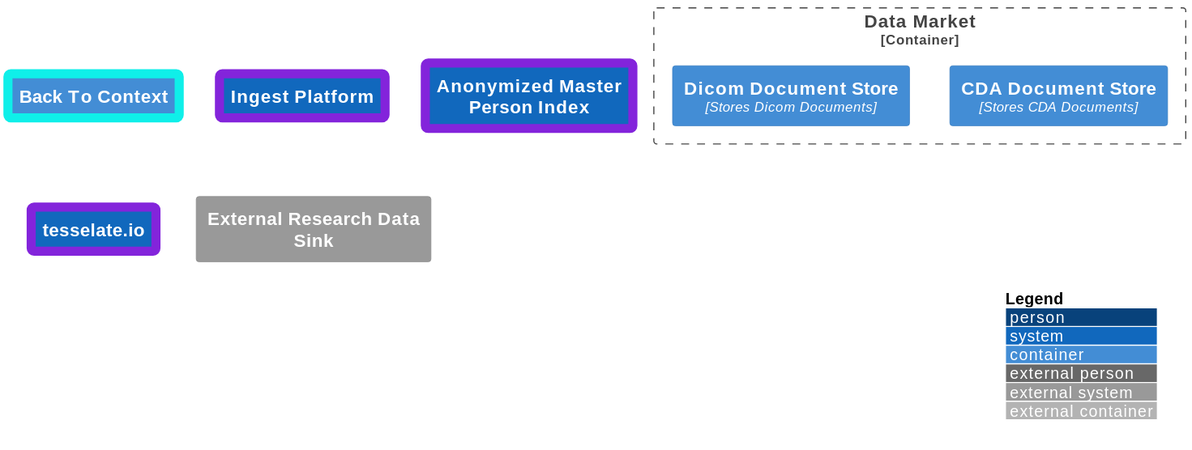
This is ArchitectureModel/DataMarketContainer.svg from migueladelvalle/SE577-684-SP-23-24-final-project, a PlantUML export, as it was before one commit. Source of this version:
```plantuml
@startuml
!include https://raw.githubusercontent.com/plantuml-stdlib/C4-PlantUML/master/C4_Container.puml

LAYOUT_WITH_LEGEND()

AddElementTag("lowerLevelLink", $borderColor="8324db",$borderThickness="8")
AddElementTag("higherLevelLink", $borderColor="0fefe9ff",$borderThickness="8")

Container(back, "Back To Context", $link="./ContextDiagram.puml", $tags="higherLevelLink")

System(ingestion, "Ingest Platform",$link="./IngestPlatformContainer.puml", $tags="lowerLevelLink")
System(ampi, "Anonymized Master Person Index",$link="./AMPIContainer.puml", $tags="lowerLevelLink")
System(website, "tesselate.io",$link="./TesselateIOContainer.puml", $tags="lowerLevelLink")
System_Ext(research_db, "External Research Data Sink")

Container_Boundary(datamarket, "Data Market", "The boundary of the system"){
    Container(dicom, "Dicom Document Store", "Stores Dicom Documents")
    Container(cda, "CDA Document Store", "Stores CDA Documents")

}
@enduml
```
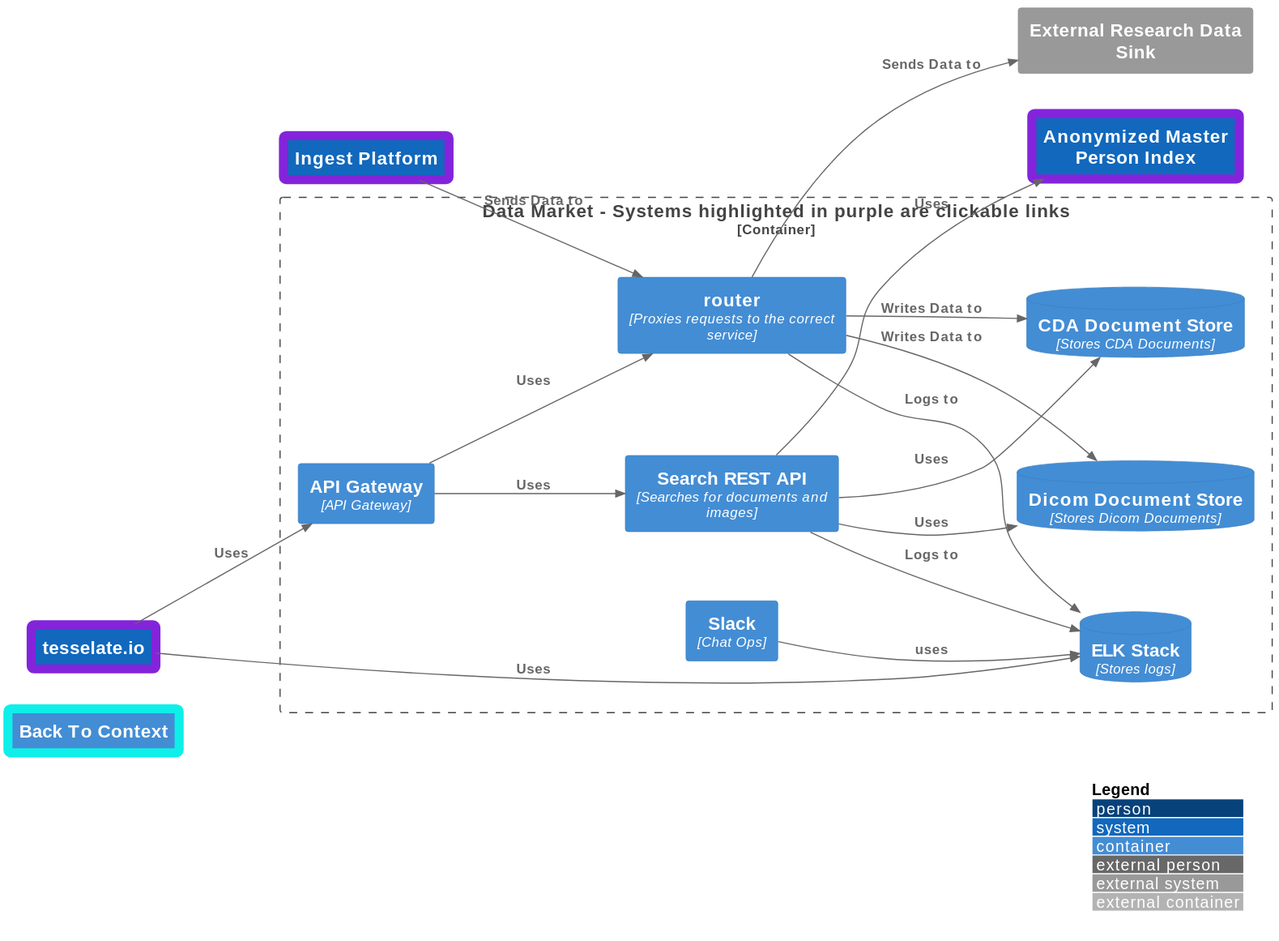
After the commit.

Change to the diagram source:
```diff
@@ -1,5 +1,7 @@
 @startuml
-!include https://raw.githubusercontent.com/plantuml-stdlib/C4-PlantUML/master/C4_Container.puml
+!include ./C4_Container.puml
+
+LAYOUT_LEFT_RIGHT()
 
 LAYOUT_WITH_LEGEND()
 
@@ -13,9 +15,28 @@
 System(website, "tesselate.io",$link="./TesselateIOContainer.puml", $tags="lowerLevelLink")
 System_Ext(research_db, "External Research Data Sink")
 
-Container_Boundary(datamarket, "Data Market", "The boundary of the system"){
-    Container(dicom, "Dicom Document Store", "Stores Dicom Documents")
-    Container(cda, "CDA Document Store", "Stores CDA Documents")
+Container_Boundary(datamarket, "Data Market - Systems highlighted in purple are clickable links", "The boundary of the system"){
+    ContainerDb(dicom, "Dicom Document Store", "Stores Dicom Documents")
+    ContainerDb(cda, "CDA Document Store", "Stores CDA Documents")
+    Container(search, "Search REST API", "Searches for documents and images")
+    Container(proxy, "router", "Proxies requests to the correct service")
+    Container(gateway, API Gateway, "API Gateway")
+    ContainerDb(elk, "ELK Stack", "Stores logs")
+    Container(slack, "Slack", "Chat Ops")
+}
 
-}
+Rel(gateway, search, "Uses")
+Rel(search, ampi, "Uses")
+Rel(search, dicom, "Uses")
+Rel(search, cda, "Uses")
+Rel(ingestion, proxy, "Sends Data to")
+Rel(proxy, dicom, "Writes Data to")
+Rel(proxy, cda, "Writes Data to")
+Rel(proxy, research_db, "Sends Data to")
+Rel(website, gateway, "Uses")
+Rel(gateway, proxy, "Uses")
+Rel(proxy, elk, "Logs to")
+Rel(search, elk, "Logs to")
+Rel(slack, elk, "uses")
+Rel(website, elk, "Uses")
 @enduml
```
